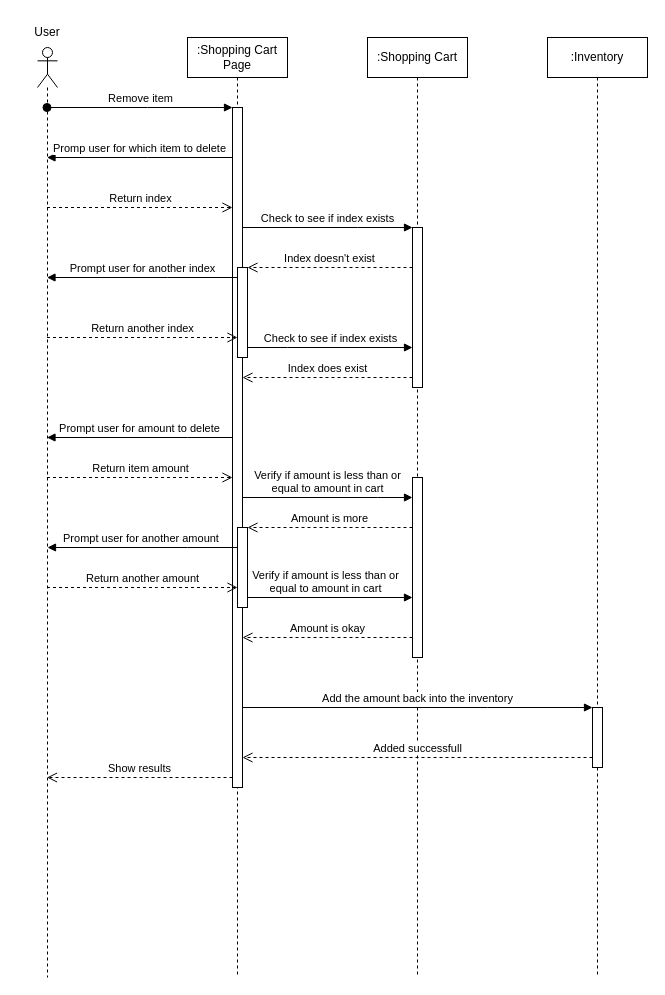
The draw.io diagram Remove Item Sequence Diagram.drawio in adl409/SE-project-Group-5, before the edit. Source tidied: cells renumbered, new cells numbered last; positions are measured from the earlier drawing's top-left corner, leaving out a move shared by most shapes. Both pictures are drawn from the tidied source at 100%, with x=0, y=0 at pixel (17, 17).
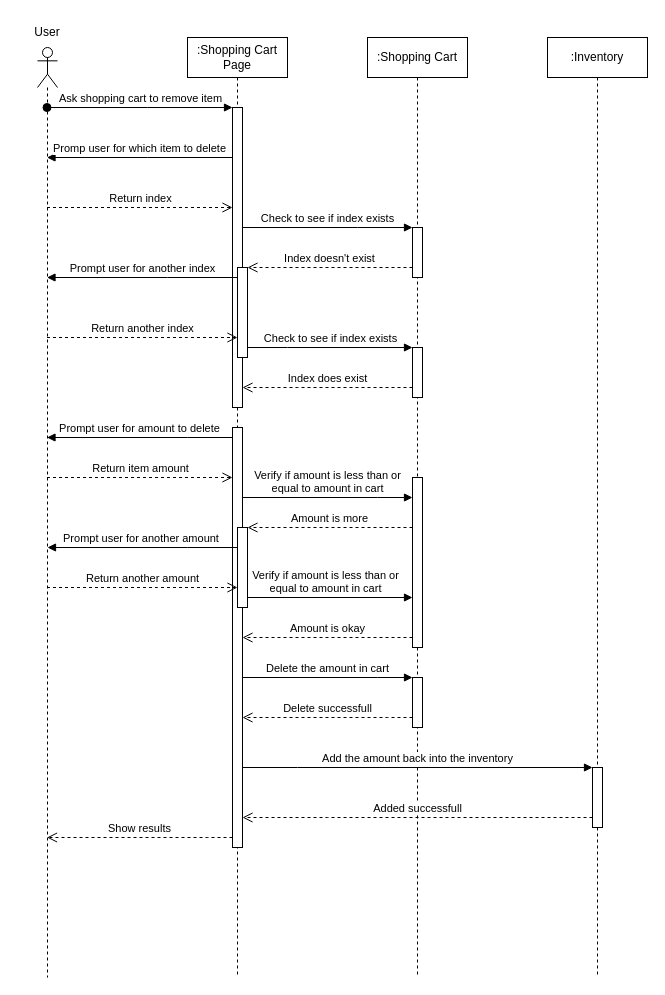
After the change.

Unchanged cells that the change refers to:
```xml
<mxCell id="2" value=":Shopping Cart" style="shape=umlLifeline;perimeter=lifelinePerimeter;whiteSpace=wrap;html=1;newEdgeStyle={&quot;edgeStyle&quot;:&quot;elbowEdgeStyle&quot;,&quot;elbow&quot;:&quot;vertical&quot;,&quot;curved&quot;:0,&quot;rounded&quot;:0};" parent="1" vertex="1">
  <mxGeometry x="350" y="20" width="100" height="940" as="geometry" />
</mxCell>
<mxCell id="5" value=":Inventory" style="shape=umlLifeline;perimeter=lifelinePerimeter;whiteSpace=wrap;html=1;newEdgeStyle={&quot;edgeStyle&quot;:&quot;elbowEdgeStyle&quot;,&quot;elbow&quot;:&quot;vertical&quot;,&quot;curved&quot;:0,&quot;rounded&quot;:0};" parent="1" vertex="1">
  <mxGeometry x="530" y="20" width="100" height="940" as="geometry" />
</mxCell>
<mxCell id="7" style="shape=umlLifeline;perimeter=lifelinePerimeter;whiteSpace=wrap;html=1;outlineConnect=0;portConstraint=eastwest;newEdgeStyle={&quot;edgeStyle&quot;:&quot;elbowEdgeStyle&quot;,&quot;elbow&quot;:&quot;vertical&quot;,&quot;curved&quot;:0,&quot;rounded&quot;:0};participant=umlActor;" parent="1" vertex="1">
  <mxGeometry x="20" y="30" width="20" height="930" as="geometry" />
</mxCell>
<mxCell id="10" value=":Shopping Cart Page" style="shape=umlLifeline;perimeter=lifelinePerimeter;whiteSpace=wrap;html=1;newEdgeStyle={&quot;edgeStyle&quot;:&quot;elbowEdgeStyle&quot;,&quot;elbow&quot;:&quot;vertical&quot;,&quot;curved&quot;:0,&quot;rounded&quot;:0};" parent="1" vertex="1">
  <mxGeometry x="170" y="20" width="100" height="940" as="geometry" />
</mxCell>
<mxCell id="12" style="html=1;points=[];perimeter=orthogonalPerimeter;outlineConnect=0;targetShapes=umlLifeline;portConstraint=eastwest;newEdgeStyle={&quot;edgeStyle&quot;:&quot;elbowEdgeStyle&quot;,&quot;elbow&quot;:&quot;vertical&quot;,&quot;curved&quot;:0,&quot;rounded&quot;:0};" parent="10" vertex="1">
  <mxGeometry x="50" y="230" width="10" height="90" as="geometry" />
</mxCell>
```

The edit, as a diff of the source:
```diff
@@
     <mxCell id="3" style="html=1;points=[];perimeter=orthogonalPerimeter;outlineConnect=0;targetShapes=umlLifeline;portConstraint=eastwest;newEdgeStyle={&quot;edgeStyle&quot;:&quot;elbowEdgeStyle&quot;,&quot;elbow&quot;:&quot;vertical&quot;,&quot;curved&quot;:0,&quot;rounded&quot;:0};" parent="2" vertex="1">
-      <mxGeometry x="45" y="190" width="10" height="160" as="geometry" />
+      <mxGeometry x="45" y="190" width="10" height="50" as="geometry" />
     </mxCell>
     <mxCell id="4" style="html=1;points=[];perimeter=orthogonalPerimeter;outlineConnect=0;targetShapes=umlLifeline;portConstraint=eastwest;newEdgeStyle={&quot;edgeStyle&quot;:&quot;elbowEdgeStyle&quot;,&quot;elbow&quot;:&quot;vertical&quot;,&quot;curved&quot;:0,&quot;rounded&quot;:0};" parent="2" vertex="1">
-      <mxGeometry x="45" y="440" width="10" height="180" as="geometry" />
+      <mxGeometry x="45" y="440" width="10" height="170" as="geometry" />
     </mxCell>
+    <mxCell id="33" style="html=1;points=[];perimeter=orthogonalPerimeter;outlineConnect=0;targetShapes=umlLifeline;portConstraint=eastwest;newEdgeStyle={&quot;edgeStyle&quot;:&quot;elbowEdgeStyle&quot;,&quot;elbow&quot;:&quot;vertical&quot;,&quot;curved&quot;:0,&quot;rounded&quot;:0};" parent="2" vertex="1">
+      <mxGeometry x="45" y="310" width="10" height="50" as="geometry" />
+    </mxCell>
+    <mxCell id="34" style="html=1;points=[];perimeter=orthogonalPerimeter;outlineConnect=0;targetShapes=umlLifeline;portConstraint=eastwest;newEdgeStyle={&quot;edgeStyle&quot;:&quot;elbowEdgeStyle&quot;,&quot;elbow&quot;:&quot;vertical&quot;,&quot;curved&quot;:0,&quot;rounded&quot;:0};" parent="2" vertex="1">
+      <mxGeometry x="45" y="640" width="10" height="50" as="geometry" />
+    </mxCell>
@@
     <mxCell id="6" style="html=1;points=[];perimeter=orthogonalPerimeter;outlineConnect=0;targetShapes=umlLifeline;portConstraint=eastwest;newEdgeStyle={&quot;edgeStyle&quot;:&quot;elbowEdgeStyle&quot;,&quot;elbow&quot;:&quot;vertical&quot;,&quot;curved&quot;:0,&quot;rounded&quot;:0};" parent="5" vertex="1">
-      <mxGeometry x="45" y="670" width="10" height="60" as="geometry" />
+      <mxGeometry x="45" y="730" width="10" height="60" as="geometry" />
     </mxCell>
@@
-    <mxCell id="9" value="Remove item" style="html=1;verticalAlign=bottom;startArrow=oval;endArrow=block;startSize=8;edgeStyle=elbowEdgeStyle;elbow=vertical;curved=0;rounded=0;" parent="1" edge="1" source="7" target="11">
+    <mxCell id="9" value="Ask shopping cart to remove item" style="html=1;verticalAlign=bottom;startArrow=oval;endArrow=block;startSize=8;edgeStyle=elbowEdgeStyle;elbow=vertical;curved=0;rounded=0;" parent="1" edge="1" source="7" target="11">
       <mxGeometry relative="1" as="geometry">
         <Array as="points">
           <mxPoint x="130" y="90" />
         </Array>
       </mxGeometry>
     </mxCell>
@@
     <mxCell id="11" style="html=1;points=[];perimeter=orthogonalPerimeter;outlineConnect=0;targetShapes=umlLifeline;portConstraint=eastwest;newEdgeStyle={&quot;edgeStyle&quot;:&quot;elbowEdgeStyle&quot;,&quot;elbow&quot;:&quot;vertical&quot;,&quot;curved&quot;:0,&quot;rounded&quot;:0};" parent="10" vertex="1">
-      <mxGeometry x="45" y="70" width="10" height="680" as="geometry" />
+      <mxGeometry x="45" y="70" width="10" height="300" as="geometry" />
     </mxCell>
@@
+    <mxCell id="35" style="html=1;points=[];perimeter=orthogonalPerimeter;outlineConnect=0;targetShapes=umlLifeline;portConstraint=eastwest;newEdgeStyle={&quot;edgeStyle&quot;:&quot;elbowEdgeStyle&quot;,&quot;elbow&quot;:&quot;vertical&quot;,&quot;curved&quot;:0,&quot;rounded&quot;:0};" parent="10" vertex="1">
+      <mxGeometry x="45" y="390" width="10" height="420" as="geometry" />
+    </mxCell>
@@
-    <mxCell id="20" value="Check to see if index exists" style="html=1;verticalAlign=bottom;endArrow=block;edgeStyle=elbowEdgeStyle;elbow=vertical;curved=0;rounded=0;" parent="1" edge="1" source="12" target="3">
+    <mxCell id="20" value="Check to see if index exists" style="html=1;verticalAlign=bottom;endArrow=block;edgeStyle=elbowEdgeStyle;elbow=vertical;curved=0;rounded=0;" parent="1" edge="1" source="12" target="33">
       <mxGeometry relative="1" as="geometry">
         <Array as="points">
           <mxPoint x="270" y="330" />
           <mxPoint x="350" y="320" />
         </Array>
       </mxGeometry>
     </mxCell>
-    <mxCell id="21" value="Index does exist" style="html=1;verticalAlign=bottom;endArrow=open;dashed=1;endSize=8;edgeStyle=elbowEdgeStyle;elbow=vertical;curved=0;rounded=0;" parent="1" edge="1" source="3" target="11">
+    <mxCell id="21" value="Index does exist" style="html=1;verticalAlign=bottom;endArrow=open;dashed=1;endSize=8;edgeStyle=elbowEdgeStyle;elbow=vertical;curved=0;rounded=0;" parent="1" edge="1" source="33" target="11">
       <mxGeometry relative="1" as="geometry">
         <Array as="points">
+          <mxPoint x="280" y="370" />
           <mxPoint x="350" y="360" />
           <mxPoint x="260" y="400" />
         </Array>
       </mxGeometry>
     </mxCell>
-    <mxCell id="22" value="Prompt user for amount to delete" style="html=1;verticalAlign=bottom;endArrow=block;edgeStyle=elbowEdgeStyle;elbow=vertical;curved=0;rounded=0;" parent="1" edge="1" source="11" target="7">
+    <mxCell id="22" value="Prompt user for amount to delete" style="html=1;verticalAlign=bottom;endArrow=block;edgeStyle=elbowEdgeStyle;elbow=vertical;curved=0;rounded=0;" parent="1" edge="1" source="35" target="7">
       <mxGeometry relative="1" as="geometry">
         <Array as="points">
           <mxPoint x="170" y="420" />
           <mxPoint x="140" y="440" />
           <mxPoint x="340" y="450" />
         </Array>
       </mxGeometry>
     </mxCell>
-    <mxCell id="23" value="Return item amount" style="html=1;verticalAlign=bottom;endArrow=open;dashed=1;endSize=8;edgeStyle=elbowEdgeStyle;elbow=vertical;curved=0;rounded=0;" parent="1" edge="1" source="7" target="11">
+    <mxCell id="23" value="Return item amount" style="html=1;verticalAlign=bottom;endArrow=open;dashed=1;endSize=8;edgeStyle=elbowEdgeStyle;elbow=vertical;curved=0;rounded=0;" parent="1" edge="1" source="7" target="35">
       <mxGeometry relative="1" as="geometry">
         <Array as="points">
           <mxPoint x="100" y="460" />
         </Array>
       </mxGeometry>
     </mxCell>
-    <mxCell id="24" value="Verify if amount is less than or&lt;br&gt;equal to amount in cart" style="html=1;verticalAlign=bottom;endArrow=block;edgeStyle=elbowEdgeStyle;elbow=vertical;curved=0;rounded=0;" parent="1" edge="1" source="11" target="4">
+    <mxCell id="24" value="Verify if amount is less than or&lt;br&gt;equal to amount in cart" style="html=1;verticalAlign=bottom;endArrow=block;edgeStyle=elbowEdgeStyle;elbow=vertical;curved=0;rounded=0;" parent="1" edge="1" source="35" target="4">
       <mxGeometry relative="1" as="geometry">
         <Array as="points">
           <mxPoint x="360" y="480" />
           <mxPoint x="380" y="500" />
         </Array>
       </mxGeometry>
     </mxCell>
@@
     <mxCell id="28" value="Verify if amount is less than or&lt;br&gt;equal to amount in cart" style="html=1;verticalAlign=bottom;endArrow=block;edgeStyle=elbowEdgeStyle;elbow=vertical;curved=0;rounded=0;" parent="1" edge="1" target="4">
       <mxGeometry relative="1" as="geometry">
         <mxPoint x="230" y="570" as="sourcePoint" />
         <Array as="points">
-          <mxPoint x="290" y="580" />
+          <mxPoint x="240" y="580" />
           <mxPoint x="365" y="570" />
           <mxPoint x="385" y="590" />
         </Array>
       </mxGeometry>
     </mxCell>
-    <mxCell id="29" value="Amount is okay" style="html=1;verticalAlign=bottom;endArrow=open;dashed=1;endSize=8;edgeStyle=elbowEdgeStyle;elbow=vertical;curved=0;rounded=0;" parent="1" edge="1" target="11">
+    <mxCell id="29" value="Amount is okay" style="html=1;verticalAlign=bottom;endArrow=open;dashed=1;endSize=8;edgeStyle=elbowEdgeStyle;elbow=vertical;curved=0;rounded=0;" parent="1" edge="1" target="35">
       <mxGeometry relative="1" as="geometry">
         <mxPoint x="395" y="620" as="sourcePoint" />
         <Array as="points">
           <mxPoint x="260" y="620" />
           <mxPoint x="340" y="630" />
         </Array>
       </mxGeometry>
     </mxCell>
-    <mxCell id="30" value="Add the amount back into the inventory" style="html=1;verticalAlign=bottom;endArrow=block;edgeStyle=elbowEdgeStyle;elbow=vertical;curved=0;rounded=0;" parent="1" edge="1" source="11" target="6">
+    <mxCell id="30" value="Add the amount back into the inventory" style="html=1;verticalAlign=bottom;endArrow=block;edgeStyle=elbowEdgeStyle;elbow=vertical;curved=0;rounded=0;" parent="1" edge="1" source="35" target="6">
       <mxGeometry relative="1" as="geometry">
         <Array as="points">
+          <mxPoint x="280" y="750" />
+          <mxPoint x="460" y="730" />
+          <mxPoint x="440" y="700" />
           <mxPoint x="470" y="690" />
         </Array>
       </mxGeometry>
     </mxCell>
-    <mxCell id="31" value="Added successfull" style="html=1;verticalAlign=bottom;endArrow=open;dashed=1;endSize=8;edgeStyle=elbowEdgeStyle;elbow=vertical;curved=0;rounded=0;" parent="1" edge="1" source="6" target="11">
+    <mxCell id="31" value="Added successfull" style="html=1;verticalAlign=bottom;endArrow=open;dashed=1;endSize=8;edgeStyle=elbowEdgeStyle;elbow=vertical;curved=0;rounded=0;" parent="1" edge="1" source="6" target="35">
       <mxGeometry relative="1" as="geometry">
         <Array as="points">
+          <mxPoint x="310" y="800" />
+          <mxPoint x="490" y="790" />
+          <mxPoint x="440" y="780" />
+          <mxPoint x="480" y="750" />
           <mxPoint x="270" y="740" />
         </Array>
       </mxGeometry>
     </mxCell>
-    <mxCell id="32" value="Show results" style="html=1;verticalAlign=bottom;endArrow=open;dashed=1;endSize=8;edgeStyle=elbowEdgeStyle;elbow=vertical;curved=0;rounded=0;" parent="1" edge="1" source="11" target="7">
+    <mxCell id="32" value="Show results" style="html=1;verticalAlign=bottom;endArrow=open;dashed=1;endSize=8;edgeStyle=elbowEdgeStyle;elbow=vertical;curved=0;rounded=0;" parent="1" edge="1" source="35" target="7">
       <mxGeometry relative="1" as="geometry">
         <Array as="points">
+          <mxPoint x="190" y="820" />
+          <mxPoint x="160" y="800" />
           <mxPoint x="50" y="760" />
         </Array>
       </mxGeometry>
     </mxCell>
+    <mxCell id="36" value="Delete the amount in cart" style="html=1;verticalAlign=bottom;endArrow=block;edgeStyle=elbowEdgeStyle;elbow=vertical;curved=0;rounded=0;" parent="1" edge="1" source="35" target="34">
+      <mxGeometry relative="1" as="geometry">
+        <Array as="points">
+          <mxPoint x="360" y="660" />
+          <mxPoint x="470" y="650" />
+        </Array>
+      </mxGeometry>
+    </mxCell>
+    <mxCell id="37" value="Delete&amp;nbsp;successfull" style="html=1;verticalAlign=bottom;endArrow=open;dashed=1;endSize=8;edgeStyle=elbowEdgeStyle;elbow=vertical;curved=0;rounded=0;" parent="1" edge="1" source="34" target="35">
+      <mxGeometry relative="1" as="geometry">
+        <Array as="points">
+          <mxPoint x="370" y="700" />
+          <mxPoint x="260" y="690" />
+          <mxPoint x="330" y="690" />
+          <mxPoint x="450" y="790" />
+          <mxPoint x="490" y="760" />
+          <mxPoint x="280" y="750" />
+        </Array>
+      </mxGeometry>
+    </mxCell>
```
